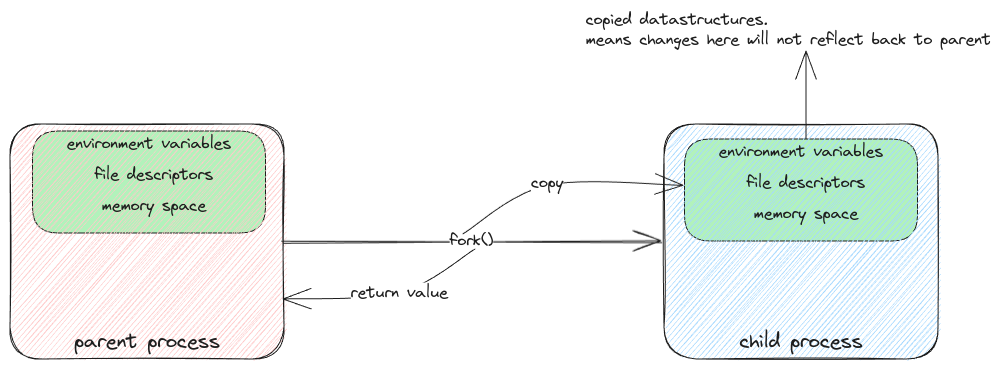
Earlier version of the Excalidraw export static/img/fork-process-duplication.excalidraw.png (swaroopar/inprogress-engineer). Source tidied: one line per element, renumbered; positions are measured from the earlier drawing's top-left corner, leaving out a move shared by most shapes. Source of this version:
```json
{"id": 0, "type": "rectangle", "strokeColor": "#1e1e1e", "backgroundColor": "#b2f2bb", "fillStyle": "solid", "strokeWidth": 1, "roughness": 0, "round": true, "x": 22, "y": 121, "width": 233, "height": 102}
{"id": 1, "type": "rectangle", "strokeColor": "#1e1e1e", "backgroundColor": "#b2f2bb", "fillStyle": "solid", "strokeWidth": 1, "roughness": 0, "round": true, "x": 674, "y": 129, "width": 233, "height": 102}
{"id": 2, "type": "rectangle", "strokeColor": "#1e1e1e", "backgroundColor": "#ffc9c9", "fillStyle": "hachure", "strokeWidth": 1, "roughness": 1, "round": true, "x": 0, "y": 114, "width": 274, "height": 235}
{"id": 3, "type": "text", "text": "parent process", "strokeColor": "#1e1e1e", "strokeWidth": 2, "roughness": 1, "fontSize": 20, "fontFamily": 1, "textAlign": "center", "verticalAlign": "bottom", "inside": 2, "x": 64, "y": 319, "width": 146, "height": 25}
{"id": 4, "type": "rectangle", "strokeColor": "#1e1e1e", "backgroundColor": "#a5d8ff", "fillStyle": "hachure", "strokeWidth": 1, "roughness": 1, "round": true, "x": 654, "y": 114, "width": 274, "height": 235}
{"id": 5, "type": "text", "text": "child process", "strokeColor": "#1e1e1e", "strokeWidth": 2, "roughness": 1, "fontSize": 20, "fontFamily": 1, "textAlign": "center", "verticalAlign": "bottom", "inside": 4, "x": 729, "y": 319, "width": 123, "height": 25}
{"id": 6, "type": "arrow", "strokeColor": "#1e1e1e", "strokeWidth": 1, "roughness": 1, "endArrowhead": "arrow", "round": true, "from": 0, "x": 272, "y": 231, "width": 379, "height": 0, "points": [[0, 0], [379, 0]]}
{"id": 7, "type": "text", "text": "fork()", "strokeColor": "#1e1e1e", "strokeWidth": 1, "roughness": 1, "fontSize": 16, "fontFamily": 1, "textAlign": "center", "verticalAlign": "middle", "inside": 6, "x": 440, "y": 221, "width": 43, "height": 20}
{"id": 8, "type": "text", "text": "environment variables", "strokeColor": "#1e1e1e", "strokeWidth": 1, "roughness": 0, "fontSize": 16, "fontFamily": 1, "x": 709, "y": 132, "width": 165, "height": 20}
{"id": 9, "type": "text", "text": "file descriptors", "strokeColor": "#1e1e1e", "strokeWidth": 1, "roughness": 0, "fontSize": 16, "fontFamily": 1, "x": 737, "y": 163, "width": 119, "height": 20}
{"id": 10, "type": "text", "text": "memory space", "strokeColor": "#1e1e1e", "strokeWidth": 1, "roughness": 0, "fontSize": 16, "fontFamily": 1, "x": 744, "y": 194, "width": 104, "height": 20}
{"id": 11, "type": "arrow", "strokeColor": "#1e1e1e", "strokeWidth": 1, "roughness": 0, "endArrowhead": "arrow", "round": true, "x": 453, "y": 222, "width": 220, "height": 49, "points": [[0, 0], [84, -49], [220, -49]]}
{"id": 12, "type": "text", "text": "copy", "strokeColor": "#1e1e1e", "strokeWidth": 1, "roughness": 0, "fontSize": 16, "fontFamily": 1, "textAlign": "center", "verticalAlign": "middle", "inside": 11, "x": 521, "y": 163, "width": 32, "height": 20}
{"id": 13, "type": "arrow", "strokeColor": "#1e1e1e", "strokeWidth": 1, "roughness": 0, "endArrowhead": "arrow", "round": true, "x": 796, "y": 129, "width": 0, "height": 88, "points": [[0, 0], [0, -88]]}
{"id": 14, "type": "text", "text": "copied datastructures. \nmeans changes here will not reflect back to parent", "strokeColor": "#1e1e1e", "strokeWidth": 1, "roughness": 0, "fontSize": 16, "fontFamily": 1, "x": 576, "y": 0, "width": 405, "height": 40}
{"id": 15, "type": "arrow", "strokeColor": "#1e1e1e", "backgroundColor": "#b2f2bb", "fillStyle": "hachure", "strokeWidth": 1, "roughness": 0, "endArrowhead": "arrow", "round": true, "x": 465, "y": 239, "width": 192, "height": 50, "points": [[0, 0], [-76, 44], [-192, 50]]}
{"id": 16, "type": "text", "text": "return value", "strokeColor": "#1e1e1e", "backgroundColor": "#b2f2bb", "fillStyle": "hachure", "strokeWidth": 1, "roughness": 0, "fontSize": 16, "fontFamily": 1, "textAlign": "center", "verticalAlign": "middle", "inside": 15, "x": 341, "y": 273, "width": 97, "height": 20}
{"id": 17, "type": "text", "text": "environment variables", "strokeColor": "#1e1e1e", "strokeWidth": 1, "roughness": 0, "fontSize": 16, "fontFamily": 1, "x": 57, "y": 124, "width": 165, "height": 20}
{"id": 18, "type": "text", "text": "file descriptors", "strokeColor": "#1e1e1e", "strokeWidth": 1, "roughness": 0, "fontSize": 16, "fontFamily": 1, "x": 85, "y": 155, "width": 119, "height": 20}
{"id": 19, "type": "text", "text": "memory space", "strokeColor": "#1e1e1e", "strokeWidth": 1, "roughness": 0, "fontSize": 16, "fontFamily": 1, "x": 92, "y": 186, "width": 104, "height": 20}
```
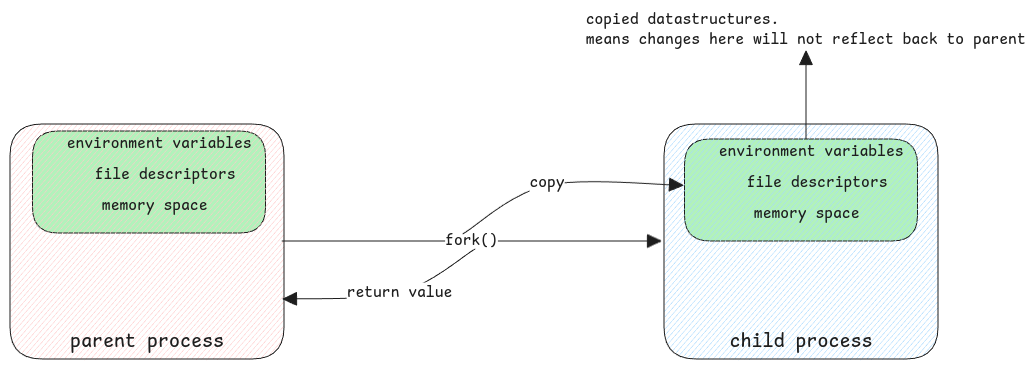
The same file after the commit.

Diff of the diagram source:
```diff
@@ -1,20 +1,20 @@
 {"id": 0, "type": "rectangle", "strokeColor": "#1e1e1e", "backgroundColor": "#b2f2bb", "fillStyle": "solid", "strokeWidth": 1, "roughness": 0, "round": true, "x": 22, "y": 121, "width": 233, "height": 102}
 {"id": 1, "type": "rectangle", "strokeColor": "#1e1e1e", "backgroundColor": "#b2f2bb", "fillStyle": "solid", "strokeWidth": 1, "roughness": 0, "round": true, "x": 674, "y": 129, "width": 233, "height": 102}
-{"id": 2, "type": "rectangle", "strokeColor": "#1e1e1e", "backgroundColor": "#ffc9c9", "fillStyle": "hachure", "strokeWidth": 1, "roughness": 1, "round": true, "x": 0, "y": 114, "width": 274, "height": 235}
+{"id": 2, "type": "rectangle", "strokeColor": "#1e1e1e", "backgroundColor": "#ffc9c9", "fillStyle": "hachure", "strokeWidth": 1, "roughness": 0, "round": true, "x": 0, "y": 114, "width": 274, "height": 235}
-{"id": 3, "type": "text", "text": "parent process", "strokeColor": "#1e1e1e", "strokeWidth": 2, "roughness": 1, "fontSize": 20, "fontFamily": 1, "textAlign": "center", "verticalAlign": "bottom", "inside": 2, "x": 64, "y": 319, "width": 146, "height": 25}
+{"id": 3, "type": "text", "text": "parent process", "strokeColor": "#1e1e1e", "strokeWidth": 2, "roughness": 1, "fontSize": 20, "fontFamily": 8, "textAlign": "center", "verticalAlign": "bottom", "inside": 2, "x": 60, "y": 319, "width": 154, "height": 25}
-{"id": 4, "type": "rectangle", "strokeColor": "#1e1e1e", "backgroundColor": "#a5d8ff", "fillStyle": "hachure", "strokeWidth": 1, "roughness": 1, "round": true, "x": 654, "y": 114, "width": 274, "height": 235}
+{"id": 4, "type": "rectangle", "strokeColor": "#1e1e1e", "backgroundColor": "#a5d8ff", "fillStyle": "hachure", "strokeWidth": 1, "roughness": 0, "round": true, "x": 654, "y": 114, "width": 274, "height": 235}
-{"id": 5, "type": "text", "text": "child process", "strokeColor": "#1e1e1e", "strokeWidth": 2, "roughness": 1, "fontSize": 20, "fontFamily": 1, "textAlign": "center", "verticalAlign": "bottom", "inside": 4, "x": 729, "y": 319, "width": 123, "height": 25}
+{"id": 5, "type": "text", "text": "child process", "strokeColor": "#1e1e1e", "strokeWidth": 2, "roughness": 1, "fontSize": 20, "fontFamily": 8, "textAlign": "center", "verticalAlign": "bottom", "inside": 4, "x": 720, "y": 319, "width": 143, "height": 25}
-{"id": 6, "type": "arrow", "strokeColor": "#1e1e1e", "strokeWidth": 1, "roughness": 1, "endArrowhead": "arrow", "round": true, "from": 0, "x": 272, "y": 231, "width": 379, "height": 0, "points": [[0, 0], [379, 0]]}
+{"id": 6, "type": "arrow", "strokeColor": "#1e1e1e", "strokeWidth": 1, "roughness": 0, "endArrowhead": "triangle", "round": true, "from": 0, "x": 272, "y": 231, "width": 379, "height": 0, "points": [[0, 0], [379, 0]]}
-{"id": 7, "type": "text", "text": "fork()", "strokeColor": "#1e1e1e", "strokeWidth": 1, "roughness": 1, "fontSize": 16, "fontFamily": 1, "textAlign": "center", "verticalAlign": "middle", "inside": 6, "x": 440, "y": 221, "width": 43, "height": 20}
+{"id": 7, "type": "text", "text": "fork()", "strokeColor": "#1e1e1e", "strokeWidth": 1, "roughness": 1, "fontSize": 16, "fontFamily": 8, "textAlign": "center", "verticalAlign": "middle", "inside": 6, "x": 435, "y": 221, "width": 53, "height": 20}
-{"id": 8, "type": "text", "text": "environment variables", "strokeColor": "#1e1e1e", "strokeWidth": 1, "roughness": 0, "fontSize": 16, "fontFamily": 1, "x": 709, "y": 132, "width": 165, "height": 20}
+{"id": 8, "type": "text", "text": "environment variables", "strokeColor": "#1e1e1e", "strokeWidth": 1, "roughness": 0, "fontSize": 16, "fontFamily": 8, "x": 709, "y": 132, "width": 185, "height": 20}
-{"id": 9, "type": "text", "text": "file descriptors", "strokeColor": "#1e1e1e", "strokeWidth": 1, "roughness": 0, "fontSize": 16, "fontFamily": 1, "x": 737, "y": 163, "width": 119, "height": 20}
+{"id": 9, "type": "text", "text": "file descriptors", "strokeColor": "#1e1e1e", "strokeWidth": 1, "roughness": 0, "fontSize": 16, "fontFamily": 8, "x": 737, "y": 163, "width": 141, "height": 20}
-{"id": 10, "type": "text", "text": "memory space", "strokeColor": "#1e1e1e", "strokeWidth": 1, "roughness": 0, "fontSize": 16, "fontFamily": 1, "x": 744, "y": 194, "width": 104, "height": 20}
+{"id": 10, "type": "text", "text": "memory space", "strokeColor": "#1e1e1e", "strokeWidth": 1, "roughness": 0, "fontSize": 16, "fontFamily": 8, "x": 744, "y": 194, "width": 106, "height": 20}
-{"id": 11, "type": "arrow", "strokeColor": "#1e1e1e", "strokeWidth": 1, "roughness": 0, "endArrowhead": "arrow", "round": true, "x": 453, "y": 222, "width": 220, "height": 49, "points": [[0, 0], [84, -49], [220, -49]]}
+{"id": 11, "type": "arrow", "strokeColor": "#1e1e1e", "strokeWidth": 1, "roughness": 0, "endArrowhead": "triangle", "round": true, "x": 453, "y": 222, "width": 220, "height": 49, "points": [[0, 0], [84, -49], [220, -49]]}
-{"id": 12, "type": "text", "text": "copy", "strokeColor": "#1e1e1e", "strokeWidth": 1, "roughness": 0, "fontSize": 16, "fontFamily": 1, "textAlign": "center", "verticalAlign": "middle", "inside": 11, "x": 521, "y": 163, "width": 32, "height": 20}
+{"id": 12, "type": "text", "text": "copy", "strokeColor": "#1e1e1e", "strokeWidth": 1, "roughness": 0, "fontSize": 16, "fontFamily": 8, "textAlign": "center", "verticalAlign": "middle", "inside": 11, "x": 519, "y": 163, "width": 35, "height": 20}
-{"id": 13, "type": "arrow", "strokeColor": "#1e1e1e", "strokeWidth": 1, "roughness": 0, "endArrowhead": "arrow", "round": true, "x": 796, "y": 129, "width": 0, "height": 88, "points": [[0, 0], [0, -88]]}
+{"id": 13, "type": "arrow", "strokeColor": "#1e1e1e", "strokeWidth": 1, "roughness": 0, "endArrowhead": "triangle", "round": true, "x": 796, "y": 129, "width": 0, "height": 88, "points": [[0, 0], [0, -88]]}
-{"id": 14, "type": "text", "text": "copied datastructures. \nmeans changes here will not reflect back to parent", "strokeColor": "#1e1e1e", "strokeWidth": 1, "roughness": 0, "fontSize": 16, "fontFamily": 1, "x": 576, "y": 0, "width": 405, "height": 40}
+{"id": 14, "type": "text", "text": "copied datastructures. \nmeans changes here will not reflect back to parent", "strokeColor": "#1e1e1e", "strokeWidth": 1, "roughness": 0, "fontSize": 16, "fontFamily": 8, "x": 576, "y": 0, "width": 440, "height": 40}
-{"id": 15, "type": "arrow", "strokeColor": "#1e1e1e", "backgroundColor": "#b2f2bb", "fillStyle": "hachure", "strokeWidth": 1, "roughness": 0, "endArrowhead": "arrow", "round": true, "x": 465, "y": 239, "width": 192, "height": 50, "points": [[0, 0], [-76, 44], [-192, 50]]}
+{"id": 15, "type": "arrow", "strokeColor": "#1e1e1e", "backgroundColor": "#b2f2bb", "fillStyle": "hachure", "strokeWidth": 1, "roughness": 0, "endArrowhead": "triangle", "round": true, "x": 465, "y": 239, "width": 192, "height": 50, "points": [[0, 0], [-76, 44], [-192, 50]]}
-{"id": 16, "type": "text", "text": "return value", "strokeColor": "#1e1e1e", "backgroundColor": "#b2f2bb", "fillStyle": "hachure", "strokeWidth": 1, "roughness": 0, "fontSize": 16, "fontFamily": 1, "textAlign": "center", "verticalAlign": "middle", "inside": 15, "x": 341, "y": 273, "width": 97, "height": 20}
+{"id": 16, "type": "text", "text": "return value", "strokeColor": "#1e1e1e", "backgroundColor": "#b2f2bb", "fillStyle": "hachure", "strokeWidth": 1, "roughness": 0, "fontSize": 16, "fontFamily": 8, "textAlign": "center", "verticalAlign": "middle", "inside": 15, "x": 337, "y": 273, "width": 106, "height": 20}
-{"id": 17, "type": "text", "text": "environment variables", "strokeColor": "#1e1e1e", "strokeWidth": 1, "roughness": 0, "fontSize": 16, "fontFamily": 1, "x": 57, "y": 124, "width": 165, "height": 20}
+{"id": 17, "type": "text", "text": "environment variables", "strokeColor": "#1e1e1e", "strokeWidth": 1, "roughness": 0, "fontSize": 16, "fontFamily": 8, "x": 57, "y": 124, "width": 185, "height": 20}
-{"id": 18, "type": "text", "text": "file descriptors", "strokeColor": "#1e1e1e", "strokeWidth": 1, "roughness": 0, "fontSize": 16, "fontFamily": 1, "x": 85, "y": 155, "width": 119, "height": 20}
+{"id": 18, "type": "text", "text": "file descriptors", "strokeColor": "#1e1e1e", "strokeWidth": 1, "roughness": 0, "fontSize": 16, "fontFamily": 8, "x": 85, "y": 155, "width": 141, "height": 20}
-{"id": 19, "type": "text", "text": "memory space", "strokeColor": "#1e1e1e", "strokeWidth": 1, "roughness": 0, "fontSize": 16, "fontFamily": 1, "x": 92, "y": 186, "width": 104, "height": 20}
+{"id": 19, "type": "text", "text": "memory space", "strokeColor": "#1e1e1e", "strokeWidth": 1, "roughness": 0, "fontSize": 16, "fontFamily": 8, "x": 92, "y": 186, "width": 106, "height": 20}
```
